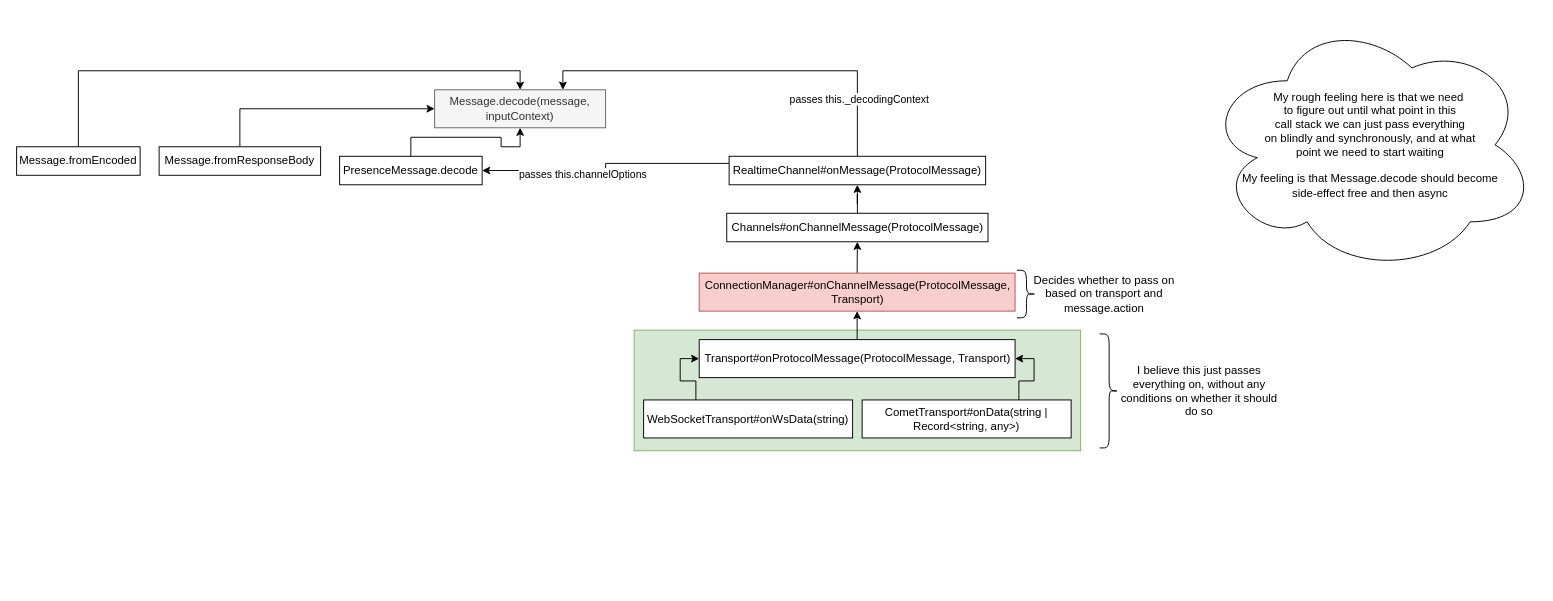
lawrence-forooghian/drawio keeps this draw.io diagram as ably-js 1302 (async Message.decode).drawio. Above is the earlier version. Source tidied: cells renumbered, new cells numbered last; positions are measured from the earlier drawing's top-left corner, leaving out a move shared by most shapes. Both pictures are drawn from the tidied source at 95%, with x=0, y=0 at pixel (16, 16).
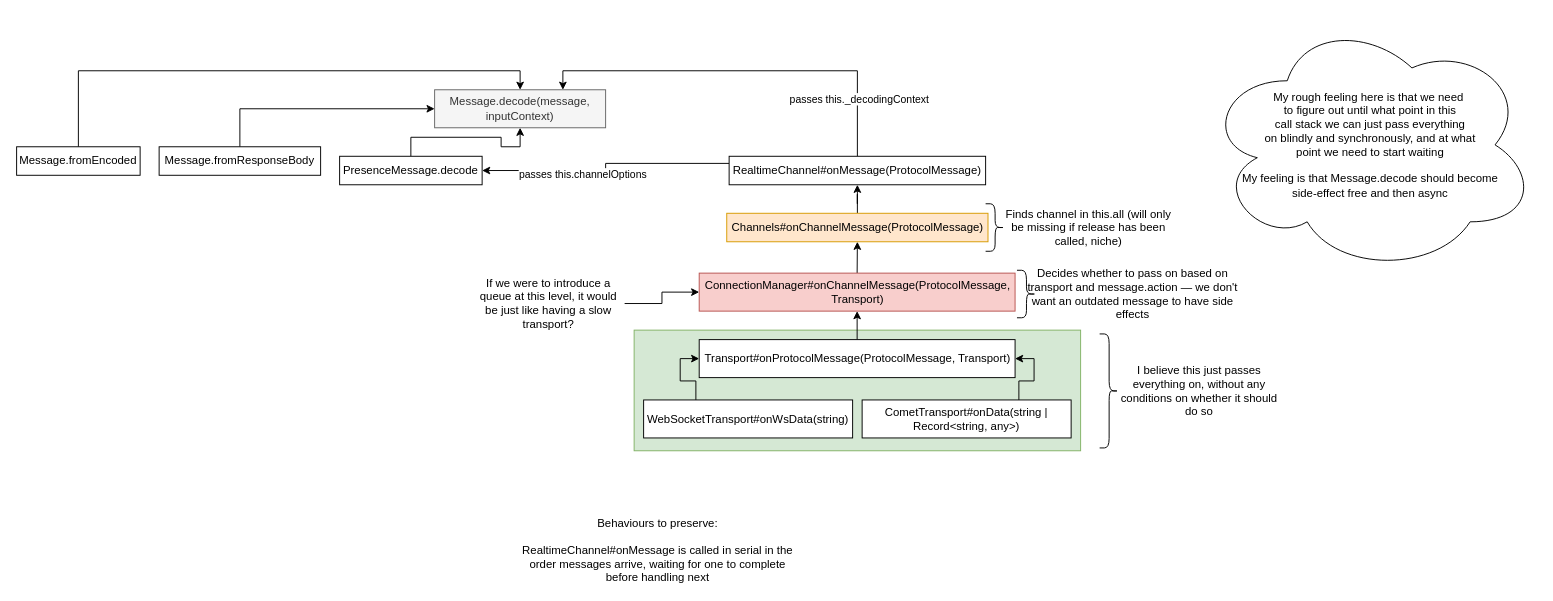
The same diagram, later.

Unchanged cells that the change refers to:
```xml
<mxCell id="18" value="ConnectionManager#onChannelMessage(ProtocolMessage, Transport)" style="rounded=0;whiteSpace=wrap;html=1;fillColor=#f8cecc;strokeColor=#b85450;" parent="1" vertex="1">
  <mxGeometry x="718.5" y="270" width="332.5" height="40" as="geometry" />
</mxCell>
```

Change to the diagram source:
```diff
@@
-    <mxCell id="16" value="Channels#onChannelMessage(ProtocolMessage)" style="rounded=0;whiteSpace=wrap;html=1;" parent="1" vertex="1">
+    <mxCell id="16" value="Channels#onChannelMessage(ProtocolMessage)" style="rounded=0;whiteSpace=wrap;html=1;fillColor=#ffe6cc;strokeColor=#d79b00;" parent="1" vertex="1">
       <mxGeometry x="747.5" y="207" width="275" height="30" as="geometry" />
     </mxCell>
@@
-    <mxCell id="29" value="Decides whether to pass on based on transport and message.action" style="text;html=1;strokeColor=none;fillColor=none;align=center;verticalAlign=middle;whiteSpace=wrap;rounded=0;" parent="1" vertex="1">
-      <mxGeometry x="1060" y="267" width="170" height="50" as="geometry" />
+    <mxCell id="29" value="Decides whether to pass on based on transport and message.action — we don't want an outdated message to have side effects" style="text;html=1;strokeColor=none;fillColor=none;align=center;verticalAlign=middle;whiteSpace=wrap;rounded=0;" parent="1" vertex="1">
+      <mxGeometry x="1060" y="267" width="230" height="50" as="geometry" />
     </mxCell>
+    <mxCell id="30" style="shape=curlyBracket;whiteSpace=wrap;html=1;rounded=1;flipH=1;labelPosition=right;verticalLabelPosition=middle;align=left;verticalAlign=middle;" parent="1" vertex="1">
+      <mxGeometry x="1020" y="197" width="20" height="50" as="geometry" />
+    </mxCell>
+    <mxCell id="31" value="Finds channel in this.all (will only be missing if release has been called, niche)" style="text;html=1;strokeColor=none;fillColor=none;align=center;verticalAlign=middle;whiteSpace=wrap;rounded=0;" parent="1" vertex="1">
+      <mxGeometry x="1040" y="202" width="177" height="40" as="geometry" />
+    </mxCell>
+    <mxCell id="32" style="edgeStyle=orthogonalEdgeStyle;rounded=0;jettySize=auto;html=1;exitX=1;exitY=0.5;exitDx=0;exitDy=0;entryX=0;entryY=0.5;entryDx=0;entryDy=0;" parent="1" edge="1" source="33" target="18">
+      <mxGeometry relative="1" as="geometry" />
+    </mxCell>
+    <mxCell id="33" value="If we were to introduce a queue at this level, it would be just like having a slow transport?" style="text;html=1;strokeColor=none;fillColor=none;align=center;verticalAlign=middle;whiteSpace=wrap;rounded=0;" parent="1" vertex="1">
+      <mxGeometry x="480" y="287" width="160" height="30" as="geometry" />
+    </mxCell>
+    <mxCell id="34" value="Behaviours to preserve:&lt;br&gt;&lt;br&gt;RealtimeChannel#onMessage is called in serial in the order messages arrive, waiting for one to complete before handling next" style="text;html=1;strokeColor=none;fillColor=none;align=center;verticalAlign=middle;whiteSpace=wrap;rounded=0;" parent="1" vertex="1">
+      <mxGeometry x="530" y="547" width="290" height="30" as="geometry" />
+    </mxCell>
```
